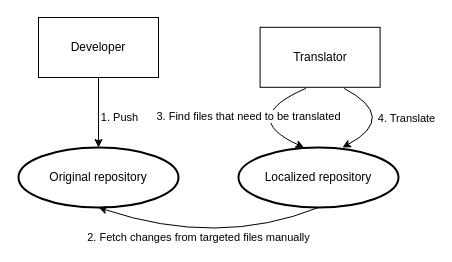
Earlier version of the draw.io diagram 학교과제/종프 before.drawio (waroad/Problem-Solving). Source tidied: cells renumbered, new cells numbered last; positions are measured from the earlier drawing's top-left corner, leaving out a move shared by most shapes. Both pictures are drawn from the tidied source at 100%, with x=0, y=0 at pixel (18, 17).
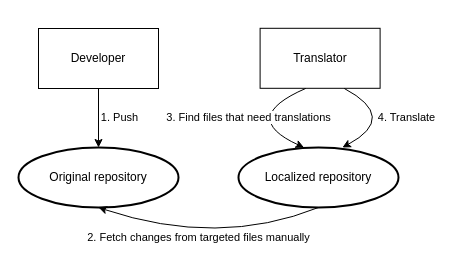
The same page after the edit.

Commit message (it also covers changes not shown here):
종프 before.drawio 업데이트

Unchanged cells that the change refers to:
```xml
<mxCell id="4" style="endArrow=classic;html=1;rounded=0;exitX=0.5;exitY=1;exitDx=0;exitDy=0;entryX=0.5;entryY=0;entryDx=0;entryDy=0;entryPerimeter=0;" parent="1" edge="1" source="3" target="2">
  <mxGeometry relative="1" as="geometry" />
</mxCell>
<mxCell id="10" style="curved=1;endArrow=classic;html=1;rounded=0;exitX=0.631;exitY=1.019;exitDx=0;exitDy=0;exitPerimeter=0;entryX=0.587;entryY=0.004;entryDx=0;entryDy=0;entryPerimeter=0;" parent="1" edge="1">
  <mxGeometry relative="1" as="geometry">
    <mxPoint x="287.3" y="70.9" as="sourcePoint" />
    <mxPoint x="285.5" y="130" as="targetPoint" />
    <Array as="points">
      <mxPoint x="220" y="100" />
    </Array>
  </mxGeometry>
</mxCell>
<mxCell id="12" style="curved=1;endArrow=classic;html=1;rounded=0;exitX=0.631;exitY=1.019;exitDx=0;exitDy=0;exitPerimeter=0;entryX=0.587;entryY=0.004;entryDx=0;entryDy=0;entryPerimeter=0;" parent="1" edge="1">
  <mxGeometry relative="1" as="geometry">
    <mxPoint x="325.7" y="70.9" as="sourcePoint" />
    <mxPoint x="323.9" y="130" as="targetPoint" />
    <Array as="points">
      <mxPoint x="380" y="99.8" />
    </Array>
  </mxGeometry>
</mxCell>
```

The edit, as a diff of the source:
```diff
@@
     <mxCell id="3" value="Developer" style="rounded=0;whiteSpace=wrap;html=1;" parent="1" vertex="1">
-      <mxGeometry x="20" width="120" height="60" as="geometry" />
+      <mxGeometry x="20" y="11" width="120" height="60" as="geometry" />
     </mxCell>
@@
     <mxCell id="5" value="1. Push" style="edgeLabel;html=1;align=center;verticalAlign=middle;" parent="4" vertex="1">
       <mxGeometry x="-0.38" y="-1" relative="1" as="geometry">
-        <mxPoint x="21" y="17" as="offset" />
+        <mxPoint x="21" y="10" as="offset" />
       </mxGeometry>
     </mxCell>
@@
     <mxCell id="9" value="Translator" style="rounded=0;whiteSpace=wrap;html=1;" parent="1" vertex="1">
-      <mxGeometry x="241.6" y="9.8" width="120" height="60" as="geometry" />
+      <mxGeometry x="241.6" y="10.8" width="120" height="60" as="geometry" />
     </mxCell>
@@
-    <mxCell id="11" value="3. Find files that need to be translated" style="edgeLabel;html=1;align=center;verticalAlign=middle;" parent="10" vertex="1">
+    <mxCell id="11" value="3. Find files that need translations" style="edgeLabel;html=1;align=center;verticalAlign=middle;" parent="10" vertex="1">
       <mxGeometry x="0.13" y="-12" relative="1" as="geometry">
-        <mxPoint x="7" y="-16" as="offset" />
+        <mxPoint x="7" y="-15" as="offset" />
       </mxGeometry>
     </mxCell>
@@
     <mxCell id="13" value="4. Translate" style="edgeLabel;html=1;align=center;verticalAlign=middle;" parent="12" vertex="1">
       <mxGeometry x="0.13" y="-12" relative="1" as="geometry">
-        <mxPoint x="22" y="7" as="offset" />
+        <mxPoint x="22" y="6" as="offset" />
       </mxGeometry>
     </mxCell>
```
